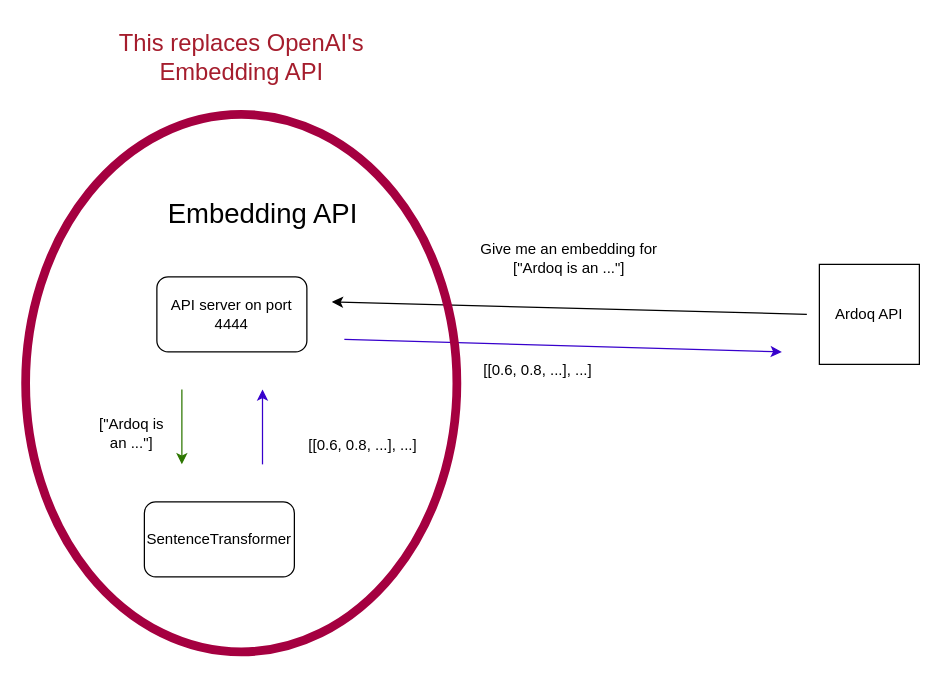
The draw.io diagram Untitled Diagram.drawio in frwdrik/C-Thread-Pool, before the edit. Source tidied: cells renumbered, new cells numbered last; positions are measured from the earlier drawing's top-left corner, leaving out a move shared by most shapes. Both pictures are drawn from the tidied source at 125%, with x=0, y=0 at pixel (25, 26).
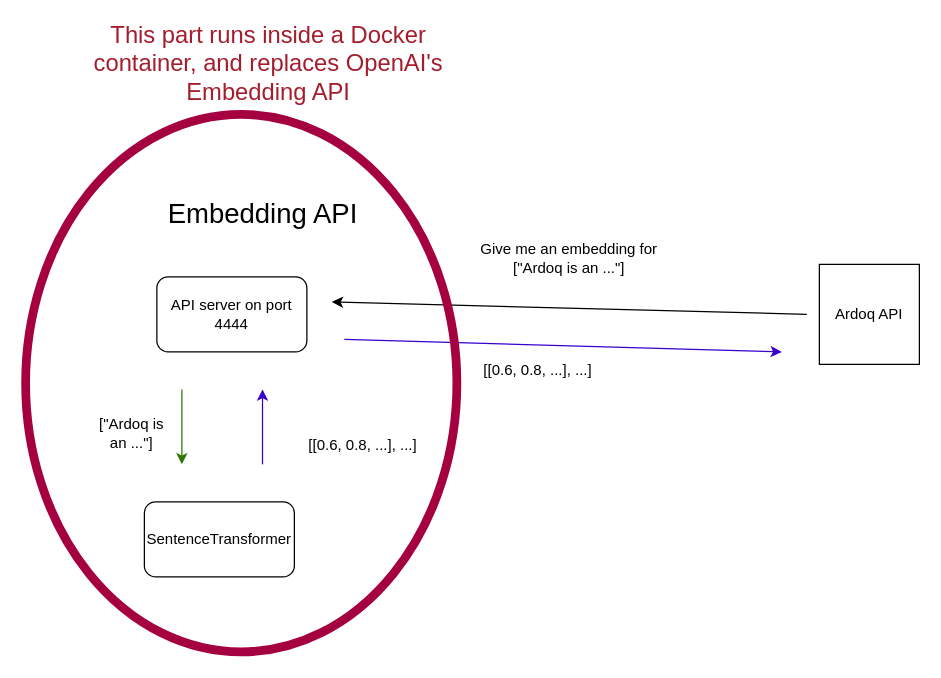
Above is the later version.

Commit message (it also covers changes not shown here):
Embedding API

The edit, as a diff of the source:
```diff
@@
-    <mxCell id="15" value="&lt;font color=&quot;#a51d2d&quot; style=&quot;font-size: 19px;&quot;&gt;This replaces OpenAI's Embedding API&lt;/font&gt;" style="text;strokeColor=none;align=center;fillColor=none;html=1;verticalAlign=middle;whiteSpace=wrap;rounded=0;" parent="1" vertex="1">
-      <mxGeometry x="52.5" width="240" height="50" as="geometry" />
+    <mxCell id="15" value="&lt;font color=&quot;#a51d2d&quot; style=&quot;font-size: 19px;&quot;&gt;This part runs inside a Docker container, and replaces OpenAI's Embedding API&lt;/font&gt;" style="text;strokeColor=none;align=center;fillColor=none;html=1;verticalAlign=middle;whiteSpace=wrap;rounded=0;" parent="1" vertex="1">
+      <mxGeometry x="52.5" width="282.5" height="60" as="geometry" />
     </mxCell>
```
